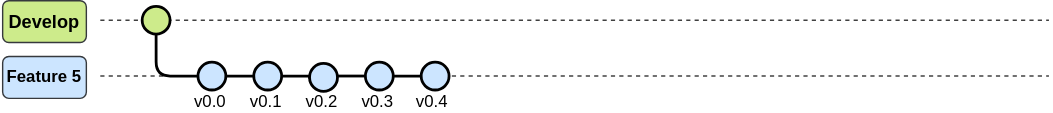
Before: 03_ImagenesRepo/Image_readme.svg, a diagram exported from draw.io (LEOSZ8/Tesis_Msc_LSZ). Source tidied: cells renumbered, new cells last; positions are measured from the earlier drawing's top-left corner, leaving out a move shared by most shapes.
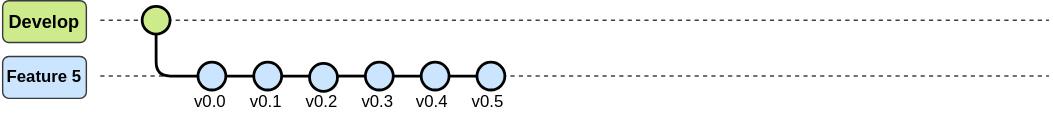
After the change.

Diff of the diagram source:
```diff
@@ -67,11 +67,20 @@
     <mxCell id="19" value="v0.3" style="text;html=1;align=center;verticalAlign=middle;whiteSpace=wrap;rounded=0;" parent="1" vertex="1">
       <mxGeometry x="254" y="67" width="30" height="12" as="geometry" />
     </mxCell>
+    <mxCell id="22" style="edgeStyle=orthogonalEdgeStyle;rounded=0;jettySize=auto;html=1;endArrow=none;startFill=0;strokeWidth=2;" parent="1" edge="1" source="20" target="23">
+      <mxGeometry relative="1" as="geometry" />
+    </mxCell>
     <mxCell id="20" style="ellipse;whiteSpace=wrap;html=1;fillColor=#cce5ff;strokeColor=#000000;strokeWidth=2;" parent="1" vertex="1">
       <mxGeometry x="300" y="44" width="20" height="20" as="geometry" />
     </mxCell>
     <mxCell id="21" value="v0.4" style="text;html=1;align=center;verticalAlign=middle;whiteSpace=wrap;rounded=0;" parent="1" vertex="1">
       <mxGeometry x="293" y="67" width="30" height="12" as="geometry" />
     </mxCell>
+    <mxCell id="23" style="ellipse;whiteSpace=wrap;html=1;fillColor=#cce5ff;strokeColor=#000000;strokeWidth=2;" parent="1" vertex="1">
+      <mxGeometry x="340" y="44" width="20" height="20" as="geometry" />
+    </mxCell>
+    <mxCell id="24" value="v0.5" style="text;html=1;align=center;verticalAlign=middle;whiteSpace=wrap;rounded=0;" parent="1" vertex="1">
+      <mxGeometry x="333" y="67" width="30" height="12" as="geometry" />
+    </mxCell>
   </root>
 </mxGraphModel>
```
